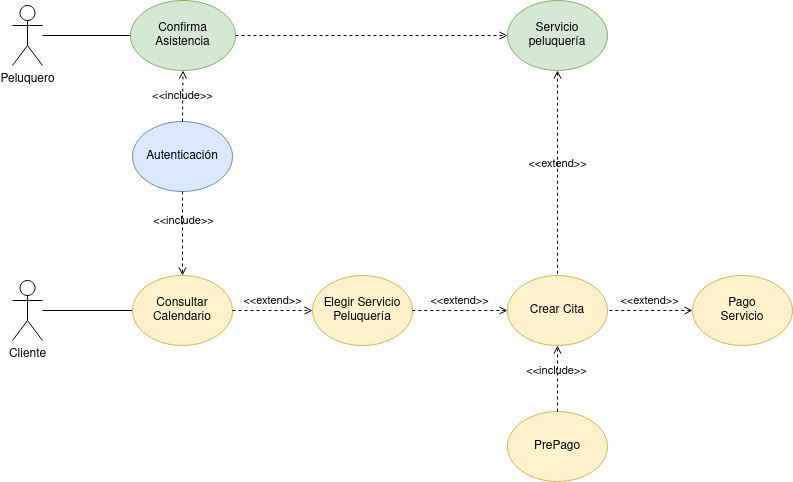
This is doc/img/CasosUso.drawio.png from colidom/proyecto-ets, a draw.io export, as it was before one commit. Source tidied: cells renumbered, new cells last; positions are measured from the earlier drawing's top-left corner, leaving out a move shared by most shapes. Its diagram source:
```xml
<mxGraphModel>
  <root>
    <mxCell id="0" />
    <mxCell id="1" parent="0" />
    <mxCell id="2" style="rounded=0;jettySize=auto;html=1;endArrow=none;endFill=0;entryX=0;entryY=0.5;entryDx=0;entryDy=0;" parent="1" edge="1" source="3" target="5">
      <mxGeometry relative="1" as="geometry" />
    </mxCell>
    <mxCell id="3" value="Cliente" style="shape=umlActor;verticalLabelPosition=bottom;verticalAlign=top;html=1;outlineConnect=0;" parent="1" vertex="1">
      <mxGeometry y="280" width="30" height="60" as="geometry" />
    </mxCell>
    <mxCell id="4" value="Autenticación" style="ellipse;whiteSpace=wrap;html=1;fillColor=#dae8fc;strokeColor=#6c8ebf;" parent="1" vertex="1">
      <mxGeometry x="120" y="121" width="100" height="70" as="geometry" />
    </mxCell>
    <mxCell id="5" value="&lt;div&gt;Consultar&lt;/div&gt;&lt;div&gt;Calendario&lt;br&gt;&lt;/div&gt;" style="ellipse;whiteSpace=wrap;html=1;fillColor=#fff2cc;strokeColor=#d6b656;" parent="1" vertex="1">
      <mxGeometry x="120" y="275" width="100" height="70" as="geometry" />
    </mxCell>
    <mxCell id="6" value="Elegir Servicio Peluquería" style="ellipse;whiteSpace=wrap;html=1;fillColor=#fff2cc;strokeColor=#d6b656;" parent="1" vertex="1">
      <mxGeometry x="300" y="275" width="100" height="70" as="geometry" />
    </mxCell>
    <mxCell id="7" value="Crear Cita" style="ellipse;whiteSpace=wrap;html=1;fillColor=#fff2cc;strokeColor=#d6b656;" parent="1" vertex="1">
      <mxGeometry x="495" y="275" width="100" height="70" as="geometry" />
    </mxCell>
    <mxCell id="8" value="PrePago" style="ellipse;whiteSpace=wrap;html=1;fillColor=#fff2cc;strokeColor=#d6b656;" parent="1" vertex="1">
      <mxGeometry x="495" y="411" width="100" height="70" as="geometry" />
    </mxCell>
    <mxCell id="9" value="&amp;lt;&amp;lt;include&amp;gt;&amp;gt;" style="html=1;verticalAlign=bottom;labelBackgroundColor=none;endArrow=open;endFill=0;dashed=1;rounded=0;entryX=0.5;entryY=0;entryDx=0;entryDy=0;exitX=0.5;exitY=1;exitDx=0;exitDy=0;" parent="1" edge="1" source="4" target="5">
      <mxGeometry x="-0.07" y="1" relative="1" as="geometry" />
    </mxCell>
    <mxCell id="10" value="&amp;lt;&amp;lt;extend&amp;gt;&amp;gt;" style="html=1;verticalAlign=bottom;labelBackgroundColor=none;endArrow=open;endFill=0;dashed=1;rounded=0;exitX=1;exitY=0.5;exitDx=0;exitDy=0;entryX=0;entryY=0.5;entryDx=0;entryDy=0;" parent="1" edge="1" source="5" target="6">
      <mxGeometry relative="1" as="geometry" />
    </mxCell>
    <mxCell id="11" value="&amp;lt;&amp;lt;extend&amp;gt;&amp;gt;" style="html=1;verticalAlign=bottom;labelBackgroundColor=none;endArrow=none;endFill=0;dashed=1;rounded=0;exitX=0;exitY=0.5;exitDx=0;exitDy=0;entryX=1;entryY=0.5;entryDx=0;entryDy=0;startArrow=open;startFill=0;" parent="1" edge="1" source="7" target="6">
      <mxGeometry relative="1" as="geometry" />
    </mxCell>
    <mxCell id="12" value="&amp;lt;&amp;lt;include&amp;gt;&amp;gt;" style="html=1;verticalAlign=bottom;labelBackgroundColor=none;endArrow=open;endFill=0;dashed=1;rounded=0;entryX=0.5;entryY=1;entryDx=0;entryDy=0;exitX=0.5;exitY=0;exitDx=0;exitDy=0;" parent="1" edge="1" source="8" target="7">
      <mxGeometry x="-0.06" y="1" relative="1" as="geometry" />
    </mxCell>
    <mxCell id="13" value="&lt;div&gt;Servicio&lt;/div&gt;&lt;div&gt;peluquería&lt;br&gt;&lt;/div&gt;" style="ellipse;whiteSpace=wrap;html=1;fillColor=#d5e8d4;strokeColor=#82b366;" parent="1" vertex="1">
      <mxGeometry x="495" width="100" height="70" as="geometry" />
    </mxCell>
    <mxCell id="14" value="&amp;lt;&amp;lt;extend&amp;gt;&amp;gt;" style="html=1;verticalAlign=bottom;labelBackgroundColor=none;endArrow=none;endFill=0;dashed=1;rounded=0;entryX=1;entryY=0.5;entryDx=0;entryDy=0;startArrow=open;startFill=0;exitX=0;exitY=0.5;exitDx=0;exitDy=0;" parent="1" edge="1" source="15" target="7">
      <mxGeometry relative="1" as="geometry" />
    </mxCell>
    <mxCell id="15" value="&lt;div&gt;Pago&lt;br&gt;&lt;/div&gt;&lt;div&gt;Servicio&lt;/div&gt;" style="ellipse;whiteSpace=wrap;html=1;fillColor=#fff2cc;strokeColor=#d6b656;" parent="1" vertex="1">
      <mxGeometry x="680" y="275" width="100" height="70" as="geometry" />
    </mxCell>
    <mxCell id="16" value="Peluquero" style="shape=umlActor;verticalLabelPosition=bottom;verticalAlign=top;html=1;outlineConnect=0;" parent="1" vertex="1">
      <mxGeometry y="5" width="30" height="60" as="geometry" />
    </mxCell>
    <mxCell id="17" style="rounded=0;jettySize=auto;html=1;endArrow=none;endFill=0;entryX=0;entryY=0.5;entryDx=0;entryDy=0;" parent="1" edge="1" source="16" target="19">
      <mxGeometry relative="1" as="geometry" />
    </mxCell>
    <mxCell id="18" style="edgeStyle=orthogonalEdgeStyle;rounded=0;jettySize=auto;html=1;dashed=1;endArrow=open;endFill=0;" parent="1" edge="1" source="19" target="13">
      <mxGeometry relative="1" as="geometry" />
    </mxCell>
    <mxCell id="19" value="Confirma Asistencia" style="ellipse;whiteSpace=wrap;html=1;fillColor=#d5e8d4;strokeColor=#82b366;" parent="1" vertex="1">
      <mxGeometry x="118" width="105" height="70" as="geometry" />
    </mxCell>
    <mxCell id="20" value="&amp;lt;&amp;lt;extend&amp;gt;&amp;gt;" style="html=1;verticalAlign=bottom;labelBackgroundColor=none;endArrow=none;endFill=0;dashed=1;rounded=0;entryX=0.5;entryY=0;entryDx=0;entryDy=0;startArrow=open;startFill=0;exitX=0.5;exitY=1;exitDx=0;exitDy=0;" parent="1" edge="1" source="13" target="7">
      <mxGeometry relative="1" as="geometry" />
    </mxCell>
    <mxCell id="21" value="&amp;lt;&amp;lt;include&amp;gt;&amp;gt;" style="html=1;verticalAlign=bottom;labelBackgroundColor=none;endArrow=open;endFill=0;dashed=1;rounded=0;entryX=0.5;entryY=1;entryDx=0;entryDy=0;exitX=0.5;exitY=0;exitDx=0;exitDy=0;" parent="1" edge="1" source="4" target="19">
      <mxGeometry x="-0.37" relative="1" as="geometry" />
    </mxCell>
  </root>
</mxGraphModel>
```
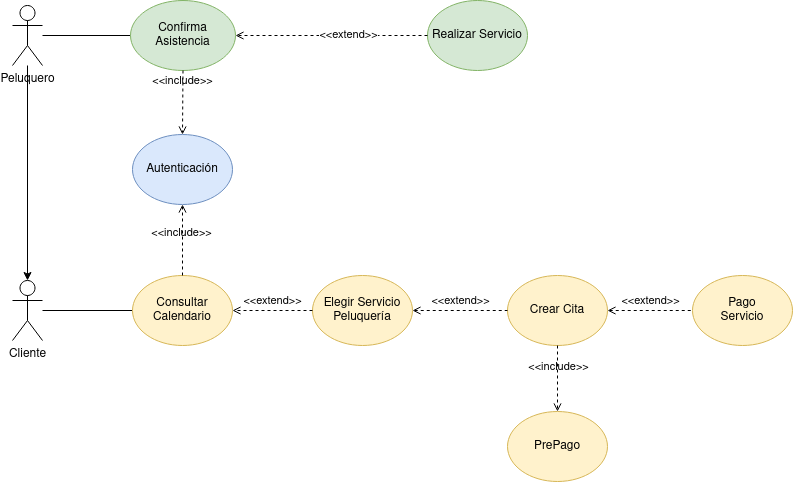
After the change.

What changed in the source:
```diff
@@ -9,7 +9,7 @@
       <mxGeometry y="280" width="30" height="60" as="geometry" />
     </mxCell>
     <mxCell id="4" value="Autenticación" style="ellipse;whiteSpace=wrap;html=1;fillColor=#dae8fc;strokeColor=#6c8ebf;" parent="1" vertex="1">
-      <mxGeometry x="120" y="121" width="100" height="70" as="geometry" />
+      <mxGeometry x="120" y="134" width="100" height="70" as="geometry" />
     </mxCell>
     <mxCell id="5" value="&lt;div&gt;Consultar&lt;/div&gt;&lt;div&gt;Calendario&lt;br&gt;&lt;/div&gt;" style="ellipse;whiteSpace=wrap;html=1;fillColor=#fff2cc;strokeColor=#d6b656;" parent="1" vertex="1">
       <mxGeometry x="120" y="275" width="100" height="70" as="geometry" />
@@ -23,43 +23,48 @@
     <mxCell id="8" value="PrePago" style="ellipse;whiteSpace=wrap;html=1;fillColor=#fff2cc;strokeColor=#d6b656;" parent="1" vertex="1">
       <mxGeometry x="495" y="411" width="100" height="70" as="geometry" />
     </mxCell>
-    <mxCell id="9" value="&amp;lt;&amp;lt;include&amp;gt;&amp;gt;" style="html=1;verticalAlign=bottom;labelBackgroundColor=none;endArrow=open;endFill=0;dashed=1;rounded=0;entryX=0.5;entryY=0;entryDx=0;entryDy=0;exitX=0.5;exitY=1;exitDx=0;exitDy=0;" parent="1" edge="1" source="4" target="5">
+    <mxCell id="9" value="&amp;lt;&amp;lt;include&amp;gt;&amp;gt;" style="html=1;verticalAlign=bottom;labelBackgroundColor=none;endArrow=open;endFill=0;dashed=1;rounded=0;entryX=0.5;entryY=1;entryDx=0;entryDy=0;exitX=0.5;exitY=0;exitDx=0;exitDy=0;" parent="1" edge="1" source="5" target="4">
       <mxGeometry x="-0.07" y="1" relative="1" as="geometry" />
     </mxCell>
-    <mxCell id="10" value="&amp;lt;&amp;lt;extend&amp;gt;&amp;gt;" style="html=1;verticalAlign=bottom;labelBackgroundColor=none;endArrow=open;endFill=0;dashed=1;rounded=0;exitX=1;exitY=0.5;exitDx=0;exitDy=0;entryX=0;entryY=0.5;entryDx=0;entryDy=0;" parent="1" edge="1" source="5" target="6">
+    <mxCell id="10" value="&amp;lt;&amp;lt;extend&amp;gt;&amp;gt;" style="html=1;verticalAlign=bottom;labelBackgroundColor=none;endArrow=open;endFill=0;dashed=1;rounded=0;exitX=0;exitY=0.5;exitDx=0;exitDy=0;entryX=1;entryY=0.5;entryDx=0;entryDy=0;" parent="1" edge="1" source="6" target="5">
       <mxGeometry relative="1" as="geometry" />
     </mxCell>
-    <mxCell id="11" value="&amp;lt;&amp;lt;extend&amp;gt;&amp;gt;" style="html=1;verticalAlign=bottom;labelBackgroundColor=none;endArrow=none;endFill=0;dashed=1;rounded=0;exitX=0;exitY=0.5;exitDx=0;exitDy=0;entryX=1;entryY=0.5;entryDx=0;entryDy=0;startArrow=open;startFill=0;" parent="1" edge="1" source="7" target="6">
+    <mxCell id="11" value="&amp;lt;&amp;lt;extend&amp;gt;&amp;gt;" style="html=1;verticalAlign=bottom;labelBackgroundColor=none;endArrow=none;endFill=0;dashed=1;rounded=0;entryX=0;entryY=0.5;entryDx=0;entryDy=0;startArrow=open;startFill=0;exitX=1;exitY=0.5;exitDx=0;exitDy=0;" parent="1" edge="1" source="6" target="7">
       <mxGeometry relative="1" as="geometry" />
     </mxCell>
-    <mxCell id="12" value="&amp;lt;&amp;lt;include&amp;gt;&amp;gt;" style="html=1;verticalAlign=bottom;labelBackgroundColor=none;endArrow=open;endFill=0;dashed=1;rounded=0;entryX=0.5;entryY=1;entryDx=0;entryDy=0;exitX=0.5;exitY=0;exitDx=0;exitDy=0;" parent="1" edge="1" source="8" target="7">
+    <mxCell id="12" value="&amp;lt;&amp;lt;include&amp;gt;&amp;gt;" style="html=1;verticalAlign=bottom;labelBackgroundColor=none;endArrow=open;endFill=0;dashed=1;rounded=0;exitX=0.5;exitY=1;exitDx=0;exitDy=0;entryX=0.5;entryY=0;entryDx=0;entryDy=0;" parent="1" edge="1" source="7" target="8">
       <mxGeometry x="-0.06" y="1" relative="1" as="geometry" />
     </mxCell>
-    <mxCell id="13" value="&lt;div&gt;Servicio&lt;/div&gt;&lt;div&gt;peluquería&lt;br&gt;&lt;/div&gt;" style="ellipse;whiteSpace=wrap;html=1;fillColor=#d5e8d4;strokeColor=#82b366;" parent="1" vertex="1">
-      <mxGeometry x="495" width="100" height="70" as="geometry" />
+    <mxCell id="13" value="Realizar Servicio" style="ellipse;whiteSpace=wrap;html=1;fillColor=#d5e8d4;strokeColor=#82b366;" parent="1" vertex="1">
+      <mxGeometry x="415" width="100" height="70" as="geometry" />
     </mxCell>
-    <mxCell id="14" value="&amp;lt;&amp;lt;extend&amp;gt;&amp;gt;" style="html=1;verticalAlign=bottom;labelBackgroundColor=none;endArrow=none;endFill=0;dashed=1;rounded=0;entryX=1;entryY=0.5;entryDx=0;entryDy=0;startArrow=open;startFill=0;exitX=0;exitY=0.5;exitDx=0;exitDy=0;" parent="1" edge="1" source="15" target="7">
+    <mxCell id="14" value="&amp;lt;&amp;lt;extend&amp;gt;&amp;gt;" style="html=1;verticalAlign=bottom;labelBackgroundColor=none;endArrow=none;endFill=0;dashed=1;rounded=0;startArrow=open;startFill=0;exitX=1;exitY=0.5;exitDx=0;exitDy=0;entryX=0;entryY=0.5;entryDx=0;entryDy=0;" parent="1" edge="1" source="7" target="15">
       <mxGeometry relative="1" as="geometry" />
     </mxCell>
     <mxCell id="15" value="&lt;div&gt;Pago&lt;br&gt;&lt;/div&gt;&lt;div&gt;Servicio&lt;/div&gt;" style="ellipse;whiteSpace=wrap;html=1;fillColor=#fff2cc;strokeColor=#d6b656;" parent="1" vertex="1">
       <mxGeometry x="680" y="275" width="100" height="70" as="geometry" />
     </mxCell>
+    <mxCell id="22" style="edgeStyle=orthogonalEdgeStyle;rounded=0;jettySize=auto;html=1;entryX=0.5;entryY=0;entryDx=0;entryDy=0;entryPerimeter=0;" parent="1" edge="1" source="16" target="3">
+      <mxGeometry relative="1" as="geometry" />
+    </mxCell>
     <mxCell id="16" value="Peluquero" style="shape=umlActor;verticalLabelPosition=bottom;verticalAlign=top;html=1;outlineConnect=0;" parent="1" vertex="1">
       <mxGeometry y="5" width="30" height="60" as="geometry" />
     </mxCell>
     <mxCell id="17" style="rounded=0;jettySize=auto;html=1;endArrow=none;endFill=0;entryX=0;entryY=0.5;entryDx=0;entryDy=0;" parent="1" edge="1" source="16" target="19">
       <mxGeometry relative="1" as="geometry" />
     </mxCell>
-    <mxCell id="18" style="edgeStyle=orthogonalEdgeStyle;rounded=0;jettySize=auto;html=1;dashed=1;endArrow=open;endFill=0;" parent="1" edge="1" source="19" target="13">
+    <mxCell id="18" style="edgeStyle=orthogonalEdgeStyle;rounded=0;jettySize=auto;html=1;dashed=1;endArrow=open;endFill=0;entryX=1;entryY=0.5;entryDx=0;entryDy=0;" parent="1" edge="1" source="13" target="19">
       <mxGeometry relative="1" as="geometry" />
     </mxCell>
+    <mxCell id="20" value="&amp;lt;&amp;lt;extend&amp;gt;&amp;gt;" style="edgeLabel;html=1;align=center;verticalAlign=middle;" parent="18" vertex="1">
+      <mxGeometry x="0.19" y="3" relative="1" as="geometry">
+        <mxPoint x="34" y="-5" as="offset" />
+      </mxGeometry>
+    </mxCell>
     <mxCell id="19" value="Confirma Asistencia" style="ellipse;whiteSpace=wrap;html=1;fillColor=#d5e8d4;strokeColor=#82b366;" parent="1" vertex="1">
       <mxGeometry x="118" width="105" height="70" as="geometry" />
     </mxCell>
-    <mxCell id="20" value="&amp;lt;&amp;lt;extend&amp;gt;&amp;gt;" style="html=1;verticalAlign=bottom;labelBackgroundColor=none;endArrow=none;endFill=0;dashed=1;rounded=0;entryX=0.5;entryY=0;entryDx=0;entryDy=0;startArrow=open;startFill=0;exitX=0.5;exitY=1;exitDx=0;exitDy=0;" parent="1" edge="1" source="13" target="7">
-      <mxGeometry relative="1" as="geometry" />
-    </mxCell>
-    <mxCell id="21" value="&amp;lt;&amp;lt;include&amp;gt;&amp;gt;" style="html=1;verticalAlign=bottom;labelBackgroundColor=none;endArrow=open;endFill=0;dashed=1;rounded=0;entryX=0.5;entryY=1;entryDx=0;entryDy=0;exitX=0.5;exitY=0;exitDx=0;exitDy=0;" parent="1" edge="1" source="4" target="19">
+    <mxCell id="21" value="&amp;lt;&amp;lt;include&amp;gt;&amp;gt;" style="html=1;verticalAlign=bottom;labelBackgroundColor=none;endArrow=open;endFill=0;dashed=1;rounded=0;exitX=0.5;exitY=1;exitDx=0;exitDy=0;entryX=0.5;entryY=0;entryDx=0;entryDy=0;" parent="1" edge="1" source="19" target="4">
       <mxGeometry x="-0.37" relative="1" as="geometry" />
     </mxCell>
   </root>
```
